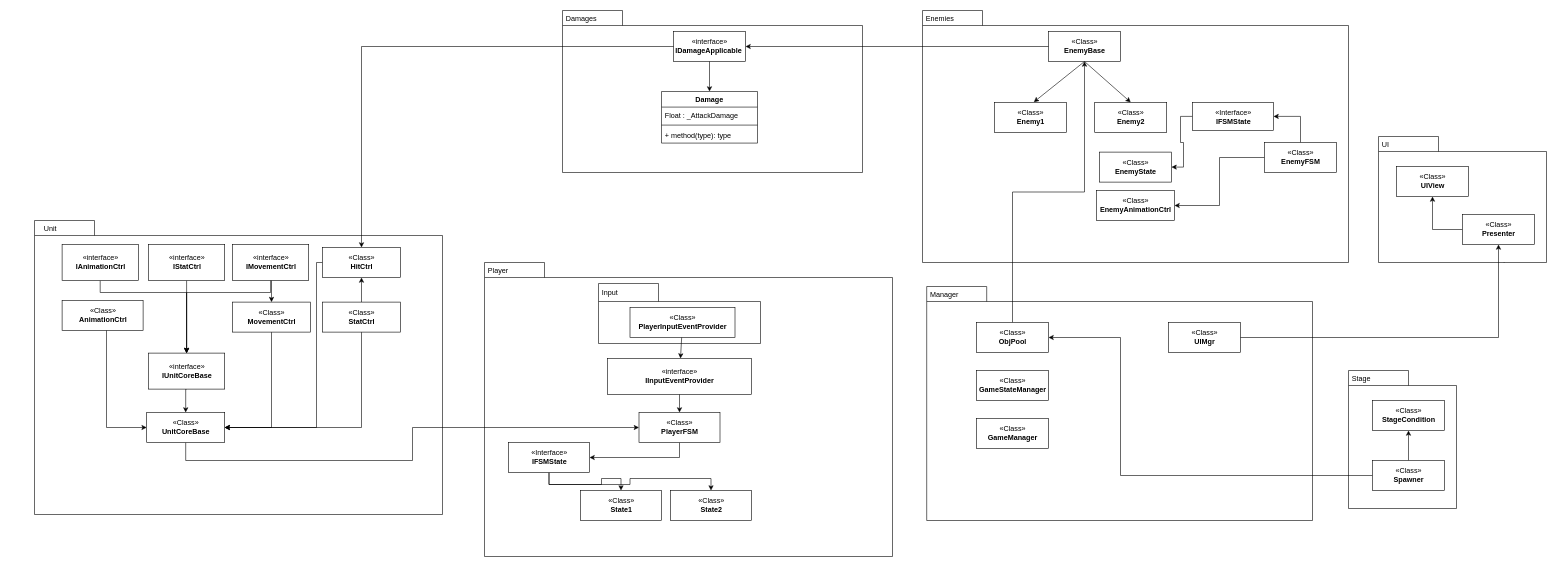
Above: uml.drawio in KimTaeSungEight/UniRxTestProj (draw.io), before the change. Source tidied: cells renumbered, new cells numbered last; positions are measured from the earlier drawing's top-left corner, leaving out a move shared by most shapes. Both pictures are drawn from the tidied source at 60%, with x=0, y=0 at pixel (34, 10).
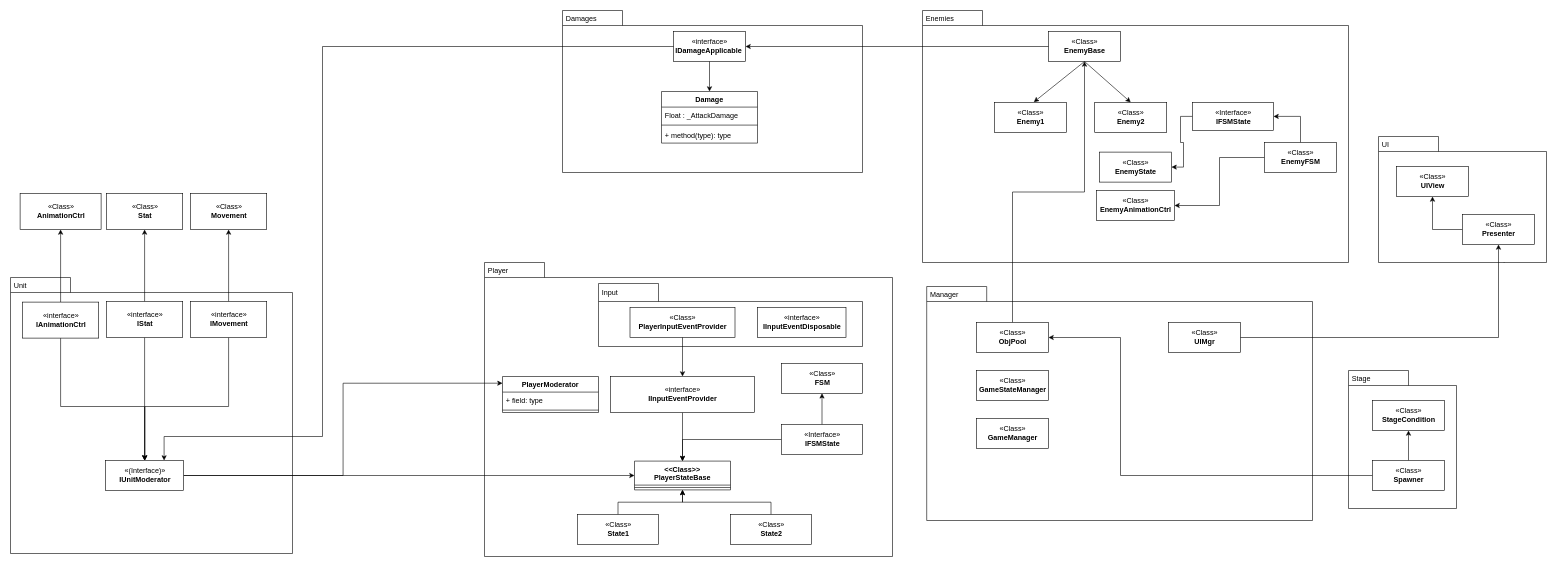
The same page after the edit.

The change refers to these unchanged cells:
```xml
<mxCell id="3" value="«interface»&lt;br&gt;&lt;b&gt;IDamageApplicable&amp;nbsp;&lt;/b&gt;" style="html=1;" parent="1" vertex="1">
  <mxGeometry x="1065" y="35" width="120" height="50" as="geometry" />
</mxCell>
```

Change to the diagram source:
```diff
@@
     <mxCell id="20" style="shape=folder;fontStyle=1;spacingTop=10;tabWidth=100;tabHeight=30;tabPosition=left;html=1;" parent="1" vertex="1">
-      <mxGeometry x="940" y="455" width="270" height="100" as="geometry" />
+      <mxGeometry x="940" y="455" width="440" height="105" as="geometry" />
     </mxCell>
@@
+    <mxCell id="83" style="edgeStyle=orthogonalEdgeStyle;rounded=0;jettySize=auto;html=1;entryX=0.5;entryY=0;entryDx=0;entryDy=0;" parent="1" edge="1" source="23" target="106">
+      <mxGeometry relative="1" as="geometry" />
+    </mxCell>
     <mxCell id="23" value="«interface»&lt;br&gt;&lt;b&gt;IInputEventProvider&lt;/b&gt;" style="html=1;" parent="1" vertex="1">
-      <mxGeometry x="955" y="580" width="240" height="60" as="geometry" />
+      <mxGeometry x="960" y="610" width="240" height="60" as="geometry" />
     </mxCell>
@@
-    <mxCell id="25" style="edgeStyle=orthogonalEdgeStyle;rounded=0;jettySize=auto;html=1;exitX=0.5;exitY=1;exitDx=0;exitDy=0;entryX=1;entryY=0.5;entryDx=0;entryDy=0;" parent="1" edge="1" source="26" target="54">
-      <mxGeometry relative="1" as="geometry" />
-    </mxCell>
-    <mxCell id="26" value="«Class»&lt;br&gt;&lt;b&gt;PlayerFSM&lt;/b&gt;" style="html=1;" parent="1" vertex="1">
-      <mxGeometry x="1007.5" y="670" width="135" height="50" as="geometry" />
+    <mxCell id="26" value="«Class»&lt;br&gt;&lt;b&gt;FSM&lt;/b&gt;" style="html=1;" parent="1" vertex="1">
+      <mxGeometry x="1245" y="588" width="135" height="50" as="geometry" />
     </mxCell>
-    <mxCell id="27" style="endArrow=classic;html=1;rounded=0;exitX=0.5;exitY=1;exitDx=0;exitDy=0;entryX=0.5;entryY=0;entryDx=0;entryDy=0;" parent="1" edge="1" source="23" target="26">
-      <mxGeometry relative="1" as="geometry" />
-    </mxCell>
+    <mxCell id="84" style="edgeStyle=orthogonalEdgeStyle;rounded=0;jettySize=auto;html=1;entryX=0.5;entryY=1;entryDx=0;entryDy=0;" parent="1" edge="1" source="28" target="106">
+      <mxGeometry relative="1" as="geometry" />
+    </mxCell>
     <mxCell id="28" value="«Class»&lt;br&gt;&lt;b&gt;State1&lt;/b&gt;" style="html=1;" parent="1" vertex="1">
-      <mxGeometry x="910" y="800" width="135" height="50" as="geometry" />
+      <mxGeometry x="905" y="840" width="135" height="50" as="geometry" />
     </mxCell>
+    <mxCell id="85" style="edgeStyle=orthogonalEdgeStyle;rounded=0;jettySize=auto;html=1;entryX=0.5;entryY=1;entryDx=0;entryDy=0;" parent="1" edge="1" source="29" target="106">
+      <mxGeometry relative="1" as="geometry" />
+    </mxCell>
     <mxCell id="29" value="«Class»&lt;br&gt;&lt;b&gt;State2&lt;/b&gt;" style="html=1;" parent="1" vertex="1">
-      <mxGeometry x="1060" y="800" width="135" height="50" as="geometry" />
+      <mxGeometry x="1160" y="840" width="135" height="50" as="geometry" />
     </mxCell>
@@
-    <mxCell id="52" style="edgeStyle=orthogonalEdgeStyle;rounded=0;jettySize=auto;html=1;exitX=0.5;exitY=1;exitDx=0;exitDy=0;" parent="1" edge="1" source="54" target="28">
-      <mxGeometry relative="1" as="geometry" />
-    </mxCell>
-    <mxCell id="53" style="edgeStyle=orthogonalEdgeStyle;rounded=0;jettySize=auto;html=1;exitX=0.5;exitY=1;exitDx=0;exitDy=0;" parent="1" edge="1" source="54" target="29">
-      <mxGeometry relative="1" as="geometry" />
-    </mxCell>
+    <mxCell id="86" style="edgeStyle=orthogonalEdgeStyle;rounded=0;jettySize=auto;html=1;entryX=0.5;entryY=1;entryDx=0;entryDy=0;" parent="1" edge="1" source="54" target="26">
+      <mxGeometry relative="1" as="geometry" />
+    </mxCell>
+    <mxCell id="87" style="edgeStyle=orthogonalEdgeStyle;rounded=0;jettySize=auto;html=1;entryX=0.5;entryY=0;entryDx=0;entryDy=0;" parent="1" edge="1" source="54" target="106">
+      <mxGeometry relative="1" as="geometry" />
+    </mxCell>
     <mxCell id="54" value="«Interface»&lt;br&gt;&lt;b&gt;IFSMState&lt;/b&gt;" style="html=1;" parent="1" vertex="1">
-      <mxGeometry x="790" y="720" width="135" height="50" as="geometry" />
+      <mxGeometry x="1245" y="690" width="135" height="50" as="geometry" />
     </mxCell>
@@
-    <mxCell id="60" style="shape=folder;fontStyle=1;spacingTop=10;tabWidth=100;tabHeight=25;tabPosition=left;html=1;" parent="1" vertex="1">
-      <mxGeometry y="350" width="680" height="490" as="geometry" />
-    </mxCell>
+    <mxCell id="88" value="«interface»&lt;br&gt;&lt;b&gt;IInputEventDisposable&lt;/b&gt;" style="html=1;" parent="1" vertex="1">
+      <mxGeometry x="1205" y="495" width="147.5" height="50" as="geometry" />
+    </mxCell>
+    <mxCell id="89" style="shape=folder;fontStyle=1;spacingTop=10;tabWidth=100;tabHeight=25;tabPosition=left;html=1;" parent="1" vertex="1">
+      <mxGeometry x="-40" y="445" width="470" height="460" as="geometry" />
+    </mxCell>
     <mxCell id="61" value="Unit" style="text;strokeColor=none;fillColor=none;align=left;verticalAlign=top;spacingLeft=4;spacingRight=4;overflow=hidden;" parent="1" vertex="1">
-      <mxGeometry x="10" y="350" width="100" height="26" as="geometry" />
+      <mxGeometry x="-40" y="445" width="100" height="26" as="geometry" />
     </mxCell>
-    <mxCell id="62" style="edgeStyle=orthogonalEdgeStyle;rounded=0;jettySize=auto;html=1;entryX=0.5;entryY=0;entryDx=0;entryDy=0;" parent="1" edge="1" source="63" target="77">
-      <mxGeometry relative="1" as="geometry">
-        <Array as="points">
-          <mxPoint x="110" y="470" />
-          <mxPoint x="254" y="470" />
-        </Array>
-      </mxGeometry>
-    </mxCell>
+    <mxCell id="90" style="edgeStyle=orthogonalEdgeStyle;rounded=0;jettySize=auto;html=1;" parent="1" edge="1" source="63" target="70">
+      <mxGeometry relative="1" as="geometry" />
+    </mxCell>
+    <mxCell id="91" style="edgeStyle=orthogonalEdgeStyle;rounded=0;jettySize=auto;html=1;entryX=0.5;entryY=0;entryDx=0;entryDy=0;" parent="1" edge="1" source="63" target="100">
+      <mxGeometry relative="1" as="geometry">
+        <Array as="points">
+          <mxPoint x="44" y="660" />
+          <mxPoint x="184" y="660" />
+        </Array>
+      </mxGeometry>
+    </mxCell>
     <mxCell id="63" value="«interface»&lt;br&gt;&lt;b&gt;IAnimationCtrl&lt;br&gt;&lt;/b&gt;" style="html=1;" parent="1" vertex="1">
-      <mxGeometry x="46" y="390" width="127" height="60" as="geometry" />
+      <mxGeometry x="-20" y="486" width="127" height="60" as="geometry" />
     </mxCell>
-    <mxCell id="64" style="edgeStyle=orthogonalEdgeStyle;rounded=0;jettySize=auto;html=1;entryX=0.5;entryY=0;entryDx=0;entryDy=0;" parent="1" edge="1" source="65" target="77">
-      <mxGeometry relative="1" as="geometry" />
-    </mxCell>
-    <mxCell id="65" value="«interface»&lt;br&gt;&lt;b&gt;IStatCtrl&lt;br&gt;&lt;/b&gt;" style="html=1;" parent="1" vertex="1">
-      <mxGeometry x="190" y="390" width="127" height="60" as="geometry" />
-    </mxCell>
-    <mxCell id="66" style="edgeStyle=orthogonalEdgeStyle;rounded=0;jettySize=auto;html=1;entryX=0.5;entryY=0;entryDx=0;entryDy=0;" parent="1" edge="1" source="68" target="77">
-      <mxGeometry relative="1" as="geometry">
-        <Array as="points">
-          <mxPoint x="394" y="470" />
-          <mxPoint x="254" y="470" />
-        </Array>
-      </mxGeometry>
-    </mxCell>
-    <mxCell id="67" style="edgeStyle=orthogonalEdgeStyle;rounded=0;jettySize=auto;html=1;exitX=0.5;exitY=1;exitDx=0;exitDy=0;entryX=0.5;entryY=0;entryDx=0;entryDy=0;" parent="1" edge="1" source="68" target="75">
-      <mxGeometry relative="1" as="geometry" />
-    </mxCell>
-    <mxCell id="68" value="«interface»&lt;br&gt;&lt;b&gt;IMovementCtrl&lt;br&gt;&lt;/b&gt;" style="html=1;" parent="1" vertex="1">
-      <mxGeometry x="330" y="390" width="127" height="60" as="geometry" />
-    </mxCell>
-    <mxCell id="69" style="edgeStyle=orthogonalEdgeStyle;rounded=0;jettySize=auto;html=1;entryX=0;entryY=0.5;entryDx=0;entryDy=0;" parent="1" edge="1" source="70" target="79">
-      <mxGeometry relative="1" as="geometry">
-        <Array as="points">
-          <mxPoint x="120" y="695" />
-        </Array>
-      </mxGeometry>
-    </mxCell>
+    <mxCell id="92" style="edgeStyle=orthogonalEdgeStyle;rounded=0;jettySize=auto;html=1;" parent="1" edge="1" source="94" target="101">
+      <mxGeometry relative="1" as="geometry" />
+    </mxCell>
+    <mxCell id="93" style="edgeStyle=orthogonalEdgeStyle;rounded=0;jettySize=auto;html=1;entryX=0.5;entryY=0;entryDx=0;entryDy=0;" parent="1" edge="1" source="94" target="100">
+      <mxGeometry relative="1" as="geometry" />
+    </mxCell>
+    <mxCell id="94" value="«interface»&lt;br&gt;&lt;b&gt;IStat&lt;br&gt;&lt;/b&gt;" style="html=1;" parent="1" vertex="1">
+      <mxGeometry x="120" y="485" width="127" height="60" as="geometry" />
+    </mxCell>
+    <mxCell id="95" style="edgeStyle=orthogonalEdgeStyle;rounded=0;jettySize=auto;html=1;" parent="1" edge="1" source="97" target="102">
+      <mxGeometry relative="1" as="geometry" />
+    </mxCell>
+    <mxCell id="96" style="edgeStyle=orthogonalEdgeStyle;rounded=0;jettySize=auto;html=1;" parent="1" edge="1" source="97" target="100">
+      <mxGeometry relative="1" as="geometry">
+        <Array as="points">
+          <mxPoint x="324" y="660" />
+          <mxPoint x="184" y="660" />
+        </Array>
+      </mxGeometry>
+    </mxCell>
+    <mxCell id="97" value="«interface»&lt;br&gt;&lt;b&gt;IMovement&lt;br&gt;&lt;/b&gt;" style="html=1;" parent="1" vertex="1">
+      <mxGeometry x="260" y="485" width="127" height="60" as="geometry" />
+    </mxCell>
+    <mxCell id="98" style="edgeStyle=orthogonalEdgeStyle;rounded=0;jettySize=auto;html=1;entryX=0;entryY=0.186;entryDx=0;entryDy=0;entryPerimeter=0;" parent="1" edge="1" source="100" target="103">
+      <mxGeometry relative="1" as="geometry" />
+    </mxCell>
+    <mxCell id="99" style="edgeStyle=orthogonalEdgeStyle;rounded=0;jettySize=auto;html=1;entryX=0;entryY=0.5;entryDx=0;entryDy=0;" parent="1" edge="1" source="100" target="106">
+      <mxGeometry relative="1" as="geometry" />
+    </mxCell>
+    <mxCell id="100" value="«(Interface)»&lt;br&gt;&lt;b&gt;IUnitModerator&lt;br&gt;&lt;/b&gt;" style="html=1;" parent="1" vertex="1">
+      <mxGeometry x="118.5" y="750" width="130" height="50" as="geometry" />
+    </mxCell>
     <mxCell id="70" value="«Class»&lt;br&gt;&lt;b&gt;AnimationCtrl&lt;/b&gt;" style="html=1;" parent="1" vertex="1">
-      <mxGeometry x="46" y="483" width="135" height="50" as="geometry" />
+      <mxGeometry x="-24" y="305" width="135" height="60" as="geometry" />
     </mxCell>
-    <mxCell id="71" style="edgeStyle=orthogonalEdgeStyle;rounded=0;jettySize=auto;html=1;entryX=1;entryY=0.5;entryDx=0;entryDy=0;" parent="1" edge="1" source="73" target="79">
-      <mxGeometry relative="1" as="geometry">
-        <Array as="points">
-          <mxPoint x="545" y="695" />
-        </Array>
-      </mxGeometry>
-    </mxCell>
-    <mxCell id="72" style="edgeStyle=orthogonalEdgeStyle;rounded=0;jettySize=auto;html=1;" parent="1" edge="1" source="73" target="81">
-      <mxGeometry relative="1" as="geometry" />
-    </mxCell>
-    <mxCell id="73" value="«Class»&lt;br&gt;&lt;b&gt;StatCtrl&lt;/b&gt;" style="html=1;" parent="1" vertex="1">
-      <mxGeometry x="480" y="486" width="130" height="50" as="geometry" />
-    </mxCell>
-    <mxCell id="74" style="edgeStyle=orthogonalEdgeStyle;rounded=0;jettySize=auto;html=1;exitX=0.5;exitY=1;exitDx=0;exitDy=0;entryX=1;entryY=0.5;entryDx=0;entryDy=0;" parent="1" edge="1" source="75" target="79">
-      <mxGeometry relative="1" as="geometry" />
-    </mxCell>
-    <mxCell id="75" value="«Class»&lt;br&gt;&lt;b&gt;MovementCtrl&lt;/b&gt;" style="html=1;" parent="1" vertex="1">
-      <mxGeometry x="330" y="486" width="130" height="50" as="geometry" />
-    </mxCell>
-    <mxCell id="76" style="edgeStyle=orthogonalEdgeStyle;rounded=0;jettySize=auto;html=1;exitX=0.5;exitY=1;exitDx=0;exitDy=0;entryX=0.5;entryY=0;entryDx=0;entryDy=0;" parent="1" edge="1" source="77" target="79">
-      <mxGeometry relative="1" as="geometry" />
-    </mxCell>
-    <mxCell id="77" value="«interface»&lt;br&gt;&lt;b&gt;IUnitCoreBase&lt;br&gt;&lt;/b&gt;" style="html=1;" parent="1" vertex="1">
-      <mxGeometry x="190" y="571" width="127" height="60" as="geometry" />
-    </mxCell>
-    <mxCell id="78" style="edgeStyle=orthogonalEdgeStyle;rounded=0;jettySize=auto;html=1;entryX=0;entryY=0.5;entryDx=0;entryDy=0;" parent="1" edge="1" source="79" target="26">
-      <mxGeometry relative="1" as="geometry">
-        <Array as="points">
-          <mxPoint x="252" y="750" />
-          <mxPoint x="630" y="750" />
-          <mxPoint x="630" y="695" />
-        </Array>
-      </mxGeometry>
-    </mxCell>
-    <mxCell id="79" value="«Class»&lt;br&gt;&lt;b&gt;UnitCoreBase&lt;/b&gt;" style="html=1;" parent="1" vertex="1">
-      <mxGeometry x="187" y="670" width="130" height="50" as="geometry" />
-    </mxCell>
-    <mxCell id="80" style="edgeStyle=orthogonalEdgeStyle;rounded=0;jettySize=auto;html=1;exitX=0;exitY=0.5;exitDx=0;exitDy=0;entryX=1;entryY=0.5;entryDx=0;entryDy=0;" parent="1" edge="1" source="81" target="79">
-      <mxGeometry relative="1" as="geometry">
-        <Array as="points">
-          <mxPoint x="470" y="420" />
-          <mxPoint x="470" y="695" />
-        </Array>
-      </mxGeometry>
-    </mxCell>
-    <mxCell id="81" value="«Class»&lt;br&gt;&lt;b&gt;HitCtrl&lt;/b&gt;" style="html=1;" parent="1" vertex="1">
-      <mxGeometry x="480" y="395" width="130" height="50" as="geometry" />
-    </mxCell>
-    <mxCell id="82" style="edgeStyle=orthogonalEdgeStyle;rounded=0;jettySize=auto;html=1;exitX=0;exitY=0.5;exitDx=0;exitDy=0;entryX=0.5;entryY=0;entryDx=0;entryDy=0;" parent="1" edge="1" source="3" target="81">
-      <mxGeometry relative="1" as="geometry" />
-    </mxCell>
+    <mxCell id="101" value="«Class»&lt;br&gt;&lt;b&gt;Stat&lt;br&gt;&lt;/b&gt;" style="html=1;" parent="1" vertex="1">
+      <mxGeometry x="120" y="305" width="127" height="60" as="geometry" />
+    </mxCell>
+    <mxCell id="102" value="«Class»&lt;br&gt;&lt;b&gt;Movement&lt;br&gt;&lt;/b&gt;" style="html=1;" parent="1" vertex="1">
+      <mxGeometry x="260" y="305" width="127" height="60" as="geometry" />
+    </mxCell>
+    <mxCell id="103" value="PlayerModerator" style="swimlane;fontStyle=1;align=center;verticalAlign=top;horizontal=1;startSize=26;" parent="1" vertex="1">
+      <mxGeometry x="780" y="610" width="160" height="60" as="geometry" />
+    </mxCell>
+    <mxCell id="104" value="+ field: type" style="text;strokeColor=none;fillColor=none;align=left;verticalAlign=top;spacingLeft=4;spacingRight=4;overflow=hidden;" parent="103" vertex="1">
+      <mxGeometry y="26" width="160" height="26" as="geometry" />
+    </mxCell>
+    <mxCell id="105" style="line;strokeWidth=1;fillColor=none;align=left;verticalAlign=middle;spacingTop=-1;spacingLeft=3;spacingRight=3;labelPosition=right;" parent="103" vertex="1">
+      <mxGeometry y="52" width="160" height="8" as="geometry" />
+    </mxCell>
+    <mxCell id="106" value="&lt;&lt;Class&gt;&gt;&#10;PlayerStateBase" style="swimlane;fontStyle=1;align=center;verticalAlign=top;horizontal=1;startSize=40;" parent="1" vertex="1">
+      <mxGeometry x="1000" y="751" width="160" height="48" as="geometry" />
+    </mxCell>
+    <mxCell id="107" style="line;strokeWidth=1;fillColor=none;align=left;verticalAlign=middle;spacingTop=-1;spacingLeft=3;spacingRight=3;labelPosition=right;" parent="106" vertex="1">
+      <mxGeometry y="40" width="160" height="8" as="geometry" />
+    </mxCell>
+    <mxCell id="108" style="edgeStyle=orthogonalEdgeStyle;rounded=0;jettySize=auto;html=1;entryX=0.75;entryY=0;entryDx=0;entryDy=0;" parent="1" edge="1" source="3" target="100">
+      <mxGeometry relative="1" as="geometry">
+        <Array as="points">
+          <mxPoint x="480" y="60" />
+          <mxPoint x="480" y="710" />
+          <mxPoint x="216" y="710" />
+        </Array>
+      </mxGeometry>
+    </mxCell>
```
